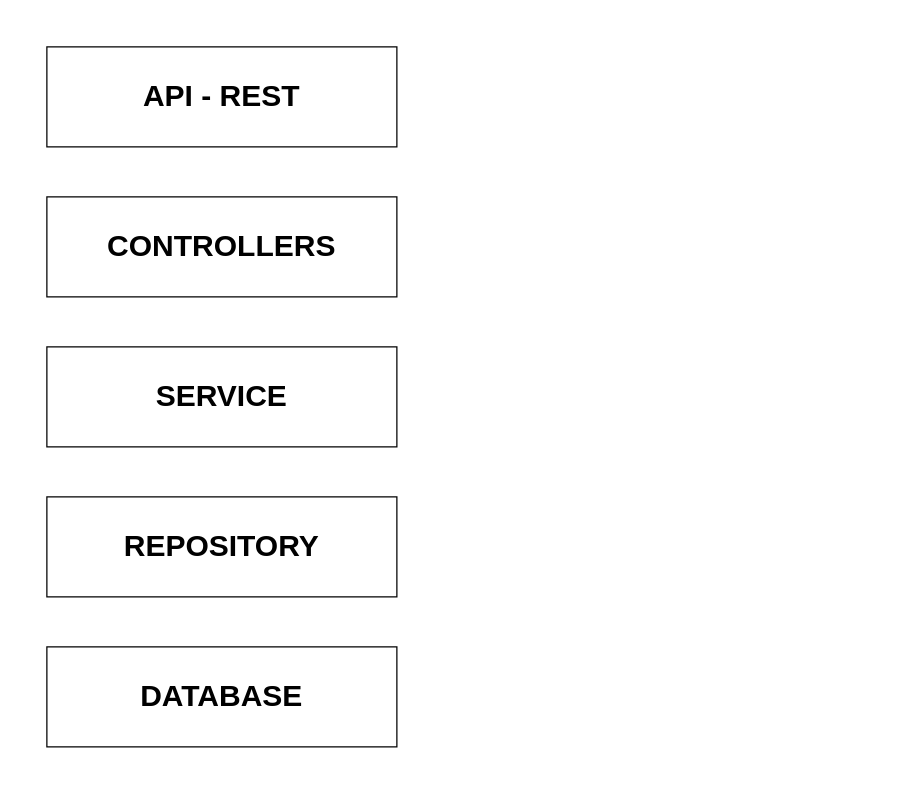
This is src/main/resources/Diagrama sem nome.drawio from Mateusads/soccer-players-score, a draw.io file, before an edit. Source tidied: cells renumbered, new cells numbered last; positions are measured from the earlier drawing's top-left corner, leaving out a move shared by most shapes. Both pictures are drawn from the tidied source at 125%, with x=0, y=0 at pixel (46, 46).
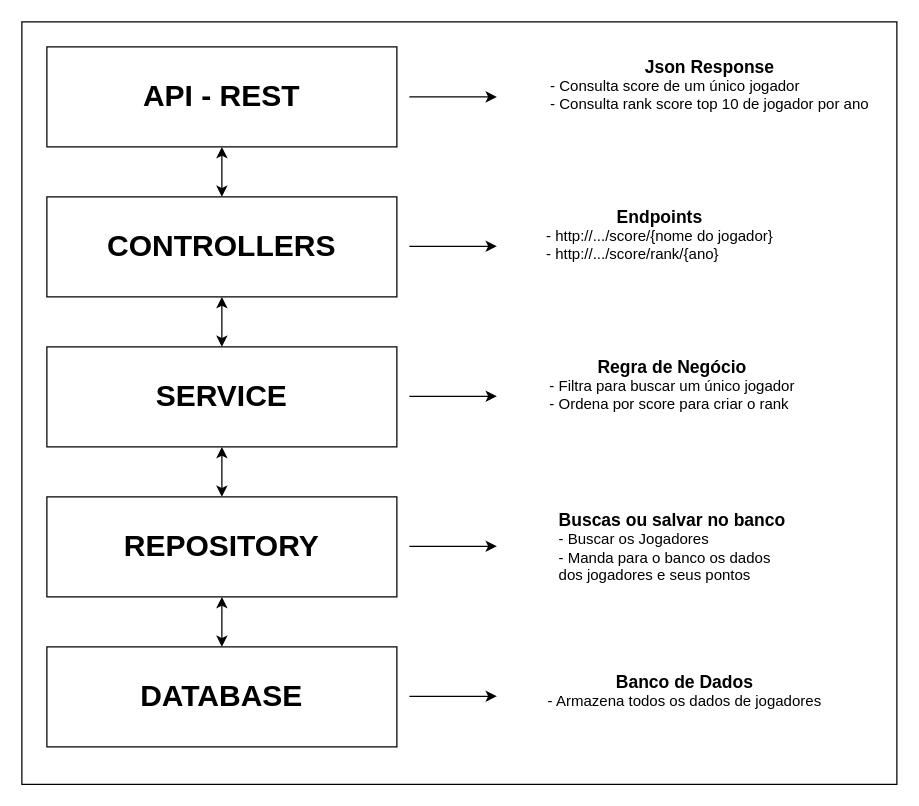
After the change.

Unchanged cells that the change refers to:
```xml
<mxCell id="2" value="&lt;b&gt;&lt;font style=&quot;font-size: 24px;&quot;&gt;API - REST&lt;/font&gt;&lt;/b&gt;" style="rounded=0;whiteSpace=wrap;html=1;" parent="1" vertex="1">
  <mxGeometry width="280" height="80" as="geometry" />
</mxCell>
<mxCell id="3" value="&lt;b&gt;&lt;font style=&quot;font-size: 24px;&quot;&gt;CONTROLLERS&lt;/font&gt;&lt;/b&gt;" style="rounded=0;whiteSpace=wrap;html=1;" parent="1" vertex="1">
  <mxGeometry y="120" width="280" height="80" as="geometry" />
</mxCell>
<mxCell id="4" value="&lt;b&gt;&lt;font style=&quot;font-size: 24px;&quot;&gt;SERVICE&lt;/font&gt;&lt;/b&gt;" style="rounded=0;whiteSpace=wrap;html=1;" parent="1" vertex="1">
  <mxGeometry y="240" width="280" height="80" as="geometry" />
</mxCell>
<mxCell id="5" value="&lt;span style=&quot;font-size: 24px;&quot;&gt;&lt;b&gt;REPOSITORY&lt;/b&gt;&lt;/span&gt;" style="rounded=0;whiteSpace=wrap;html=1;" parent="1" vertex="1">
  <mxGeometry y="360" width="280" height="80" as="geometry" />
</mxCell>
<mxCell id="6" value="&lt;span style=&quot;font-size: 24px;&quot;&gt;&lt;b&gt;DATABASE&lt;/b&gt;&lt;/span&gt;" style="rounded=0;whiteSpace=wrap;html=1;" parent="1" vertex="1">
  <mxGeometry y="480" width="280" height="80" as="geometry" />
</mxCell>
```

Change to the diagram source:
```diff
@@
+    <mxCell id="7" style="rounded=0;whiteSpace=wrap;html=1;" parent="1" vertex="1">
+      <mxGeometry x="-20" y="-20" width="700" height="610" as="geometry" />
+    </mxCell>
@@
+    <mxCell id="8" style="endArrow=classic;startArrow=classic;html=1;rounded=0;entryX=0.5;entryY=1;entryDx=0;entryDy=0;" parent="1" edge="1" source="3" target="2">
+      <mxGeometry relative="1" as="geometry" />
+    </mxCell>
+    <mxCell id="9" style="endArrow=classic;startArrow=classic;html=1;rounded=0;entryX=0.5;entryY=1;entryDx=0;entryDy=0;" parent="1" edge="1" source="4" target="3">
+      <mxGeometry relative="1" as="geometry" />
+    </mxCell>
+    <mxCell id="10" style="endArrow=classic;startArrow=classic;html=1;rounded=0;entryX=0.5;entryY=1;entryDx=0;entryDy=0;" parent="1" edge="1" source="5" target="4">
+      <mxGeometry relative="1" as="geometry" />
+    </mxCell>
+    <mxCell id="11" style="endArrow=classic;startArrow=classic;html=1;rounded=0;entryX=0.5;entryY=1;entryDx=0;entryDy=0;" parent="1" edge="1" source="6" target="5">
+      <mxGeometry relative="1" as="geometry" />
+    </mxCell>
+    <mxCell id="12" style="endArrow=classic;html=1;rounded=0;" parent="1" edge="1">
+      <mxGeometry relative="1" as="geometry">
+        <mxPoint x="290" y="40" as="sourcePoint" />
+        <mxPoint x="360" y="40" as="targetPoint" />
+      </mxGeometry>
+    </mxCell>
+    <mxCell id="13" value="&lt;b&gt;&lt;font style=&quot;font-size: 14px;&quot;&gt;Json Response&lt;/font&gt;&lt;/b&gt;&lt;br&gt;&lt;div style=&quot;text-align: justify;&quot;&gt;&lt;span style=&quot;background-color: initial;&quot;&gt;- Consulta score de um único jogador&lt;/span&gt;&lt;/div&gt;&lt;div style=&quot;text-align: justify;&quot;&gt;&lt;span style=&quot;background-color: initial;&quot;&gt;- Consulta rank score top 10 de jogador por ano&lt;/span&gt;&lt;/div&gt;" style="text;html=1;align=center;verticalAlign=middle;strokeColor=none;fillColor=none;" parent="1" vertex="1">
+      <mxGeometry x="390" width="280" height="60" as="geometry" />
+    </mxCell>
+    <mxCell id="14" value="&lt;b&gt;&lt;font style=&quot;font-size: 14px;&quot;&gt;Endpoints&lt;/font&gt;&lt;/b&gt;&lt;br&gt;&lt;div style=&quot;text-align: justify;&quot;&gt;&lt;span style=&quot;background-color: initial;&quot;&gt;- http://.../score/{nome do jogador}&lt;/span&gt;&lt;/div&gt;&lt;div style=&quot;text-align: justify;&quot;&gt;&lt;span style=&quot;background-color: initial;&quot;&gt;- http://.../score/rank/{ano}&lt;/span&gt;&lt;/div&gt;" style="text;html=1;align=center;verticalAlign=middle;strokeColor=none;fillColor=none;" parent="1" vertex="1">
+      <mxGeometry x="390" y="120" width="200" height="60" as="geometry" />
+    </mxCell>
+    <mxCell id="15" style="endArrow=classic;html=1;rounded=0;" parent="1" edge="1">
+      <mxGeometry relative="1" as="geometry">
+        <mxPoint x="290" y="159.5" as="sourcePoint" />
+        <mxPoint x="360" y="159.5" as="targetPoint" />
+      </mxGeometry>
+    </mxCell>
+    <mxCell id="16" style="endArrow=classic;html=1;rounded=0;" parent="1" edge="1">
+      <mxGeometry relative="1" as="geometry">
+        <mxPoint x="290" y="279.5" as="sourcePoint" />
+        <mxPoint x="360" y="279.5" as="targetPoint" />
+      </mxGeometry>
+    </mxCell>
+    <mxCell id="17" style="endArrow=classic;html=1;rounded=0;" parent="1" edge="1">
+      <mxGeometry relative="1" as="geometry">
+        <mxPoint x="290" y="399.5" as="sourcePoint" />
+        <mxPoint x="360" y="399.5" as="targetPoint" />
+      </mxGeometry>
+    </mxCell>
+    <mxCell id="18" style="endArrow=classic;html=1;rounded=0;" parent="1" edge="1">
+      <mxGeometry relative="1" as="geometry">
+        <mxPoint x="290" y="519.5" as="sourcePoint" />
+        <mxPoint x="360" y="519.5" as="targetPoint" />
+      </mxGeometry>
+    </mxCell>
+    <mxCell id="19" value="&lt;b&gt;&lt;font style=&quot;font-size: 14px;&quot;&gt;Regra de Negócio&lt;/font&gt;&lt;/b&gt;&lt;br&gt;&lt;div style=&quot;text-align: justify;&quot;&gt;&lt;span style=&quot;background-color: initial;&quot;&gt;- Filtra para buscar um único jogador&lt;/span&gt;&lt;/div&gt;&lt;div style=&quot;text-align: justify;&quot;&gt;&lt;span style=&quot;background-color: initial;&quot;&gt;- Ordena por score para criar o rank&lt;/span&gt;&lt;/div&gt;" style="text;html=1;align=center;verticalAlign=middle;strokeColor=none;fillColor=none;" parent="1" vertex="1">
+      <mxGeometry x="390" y="240" width="220" height="60" as="geometry" />
+    </mxCell>
+    <mxCell id="20" value="&lt;b&gt;&lt;font style=&quot;font-size: 14px;&quot;&gt;Buscas ou salvar no banco&lt;/font&gt;&lt;/b&gt;&lt;br&gt;&lt;div style=&quot;text-align: justify;&quot;&gt;&lt;span style=&quot;background-color: initial;&quot;&gt;- Buscar os Jogadores&lt;/span&gt;&lt;/div&gt;&lt;div style=&quot;text-align: justify;&quot;&gt;&lt;span style=&quot;background-color: initial;&quot;&gt;- Manda para o banco os dados&amp;nbsp;&lt;/span&gt;&lt;/div&gt;&lt;div style=&quot;text-align: justify;&quot;&gt;&lt;span style=&quot;background-color: initial;&quot;&gt;dos jogadores e seus pontos&lt;/span&gt;&lt;/div&gt;" style="text;html=1;align=center;verticalAlign=middle;strokeColor=none;fillColor=none;" parent="1" vertex="1">
+      <mxGeometry x="400" y="365" width="200" height="70" as="geometry" />
+    </mxCell>
+    <mxCell id="21" value="&lt;b&gt;&lt;font style=&quot;font-size: 14px;&quot;&gt;Banco de Dados&lt;/font&gt;&lt;/b&gt;&lt;br&gt;&lt;div style=&quot;text-align: justify;&quot;&gt;&lt;span style=&quot;background-color: initial;&quot;&gt;- Armazena todos os dados de jogadores&lt;br&gt;&lt;/span&gt;&lt;/div&gt;" style="text;html=1;align=center;verticalAlign=middle;strokeColor=none;fillColor=none;" parent="1" vertex="1">
+      <mxGeometry x="390" y="495" width="240" height="40" as="geometry" />
+    </mxCell>
```
